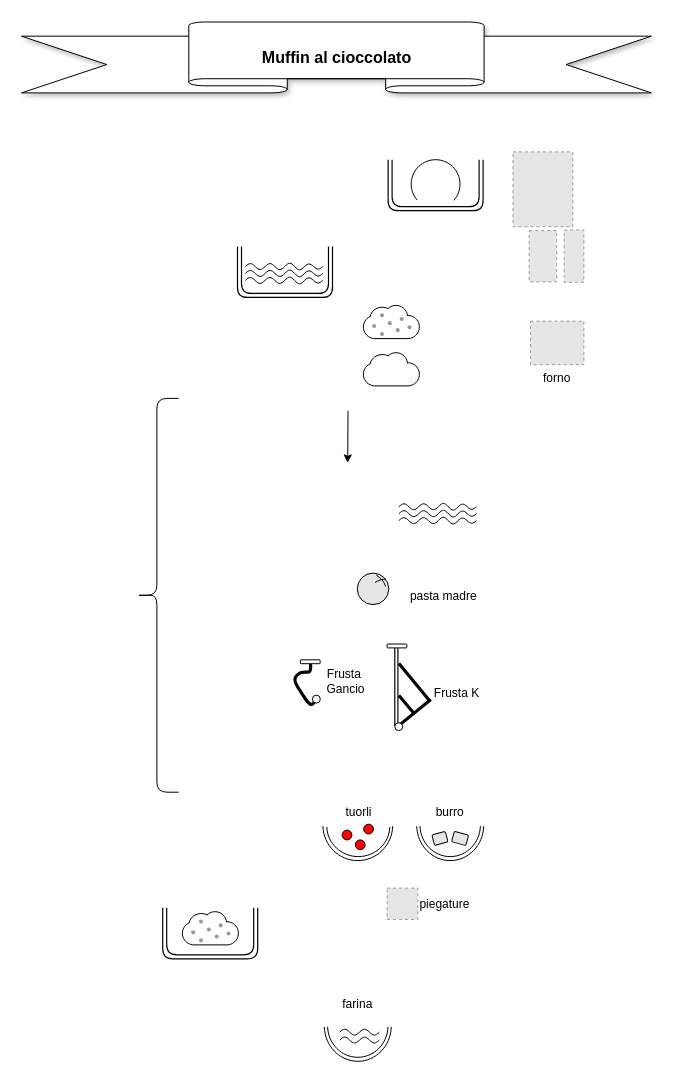
This is shapes.drawio from nicolgit/drawio-cooking-shapes, a draw.io file, before an edit. Source tidied: cells renumbered, new cells numbered last; positions are measured from the earlier drawing's top-left corner, leaving out a move shared by most shapes. Both pictures are drawn from the tidied source at 100%, with x=0, y=0 at pixel (21, 21). Pictures stored in the file or linked from it are replaced by grey dashed boxes.
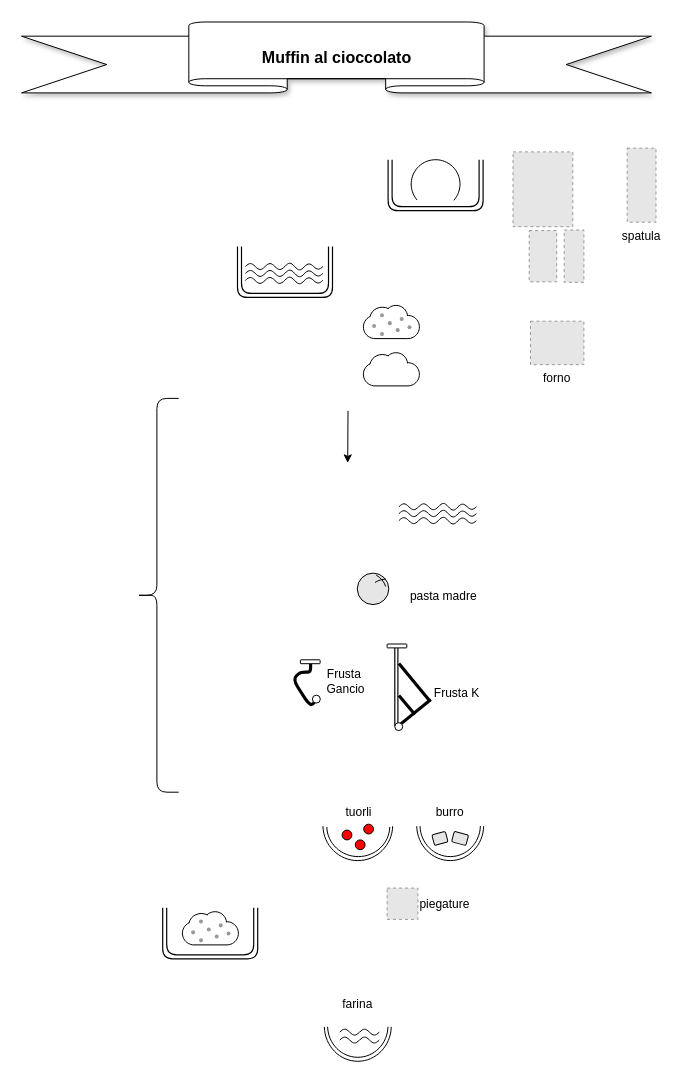
The same diagram, later.

Commit message (it also covers changes not shown here):
angel cake

What changed in the source:
```diff
@@
+    <mxCell id="129" value="spatula" style="fillColor=#E6E6E6;strokeColor=#999999;dashed=1;verticalLabelPosition=bottom;labelBackgroundColor=default;verticalAlign=top;" parent="1" vertex="1">
+      <mxGeometry x="605.7" y="126.7" width="28.8" height="74" as="geometry" />
+    </mxCell>
```
